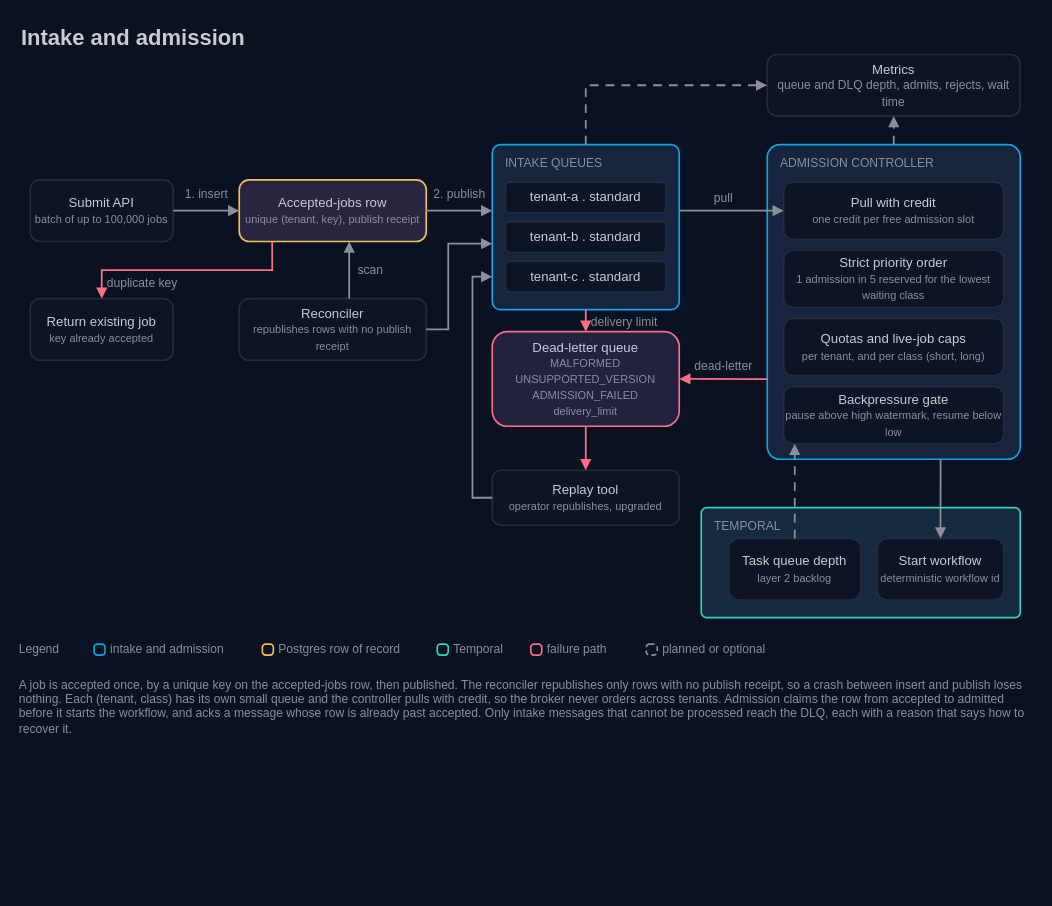
Earlier version of the draw.io diagram docs/architecture/10-intake-and-admission.drawio (AndoNorth/disyard). Source tidied: cells renumbered, new cells numbered last; positions are measured from the earlier drawing's top-left corner, leaving out a move shared by most shapes. Both pictures are drawn from the tidied source at 110%, with x=0, y=0 at pixel (19, 19).
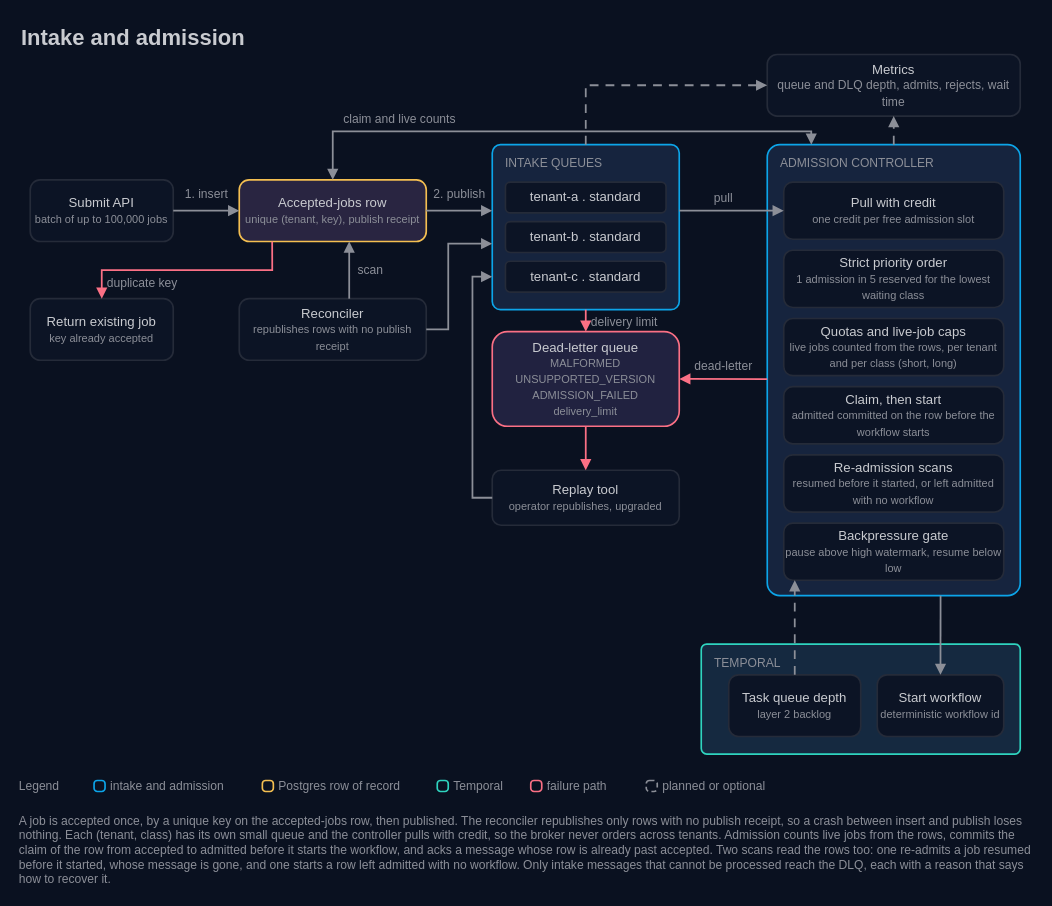
After the change.

Commit message (it also covers changes not shown here):
feat(admission): [#8] package skeleton, wheel test and diagram 10 (0.1)

The change refers to these unchanged cells:
```xml
<mxCell id="5" value="Accepted-jobs row&lt;br&gt;&lt;font color=&quot;#8c8f98&quot; style=&quot;font-size:10px&quot;&gt;unique (tenant, key), publish receipt&lt;/font&gt;" style="rounded=1;arcSize=16;html=1;whiteSpace=wrap;fillColor=#292541;strokeColor=#f4bf51;strokeWidth=1.5;fontColor=#c9cbd0;fontSize=12;fontFamily=IBM Plex Sans;" parent="1" vertex="1">
  <mxGeometry x="200" y="146" width="170" height="56" as="geometry" />
</mxCell>
<mxCell id="19" value="Dead-letter queue&lt;br&gt;&lt;font color=&quot;#8c8f98&quot; style=&quot;font-size:10px&quot;&gt;MALFORMED&lt;br&gt;UNSUPPORTED_VERSION&lt;br&gt;ADMISSION_FAILED&lt;br&gt;delivery_limit&lt;/font&gt;" style="rounded=1;arcSize=16;html=1;whiteSpace=wrap;fillColor=#212240;strokeColor=#fb7085;strokeWidth=1.5;fontColor=#c9cbd0;fontSize=12;fontFamily=IBM Plex Sans;" parent="1" vertex="1">
  <mxGeometry x="430" y="284" width="170" height="86" as="geometry" />
</mxCell>
```

The edit, as a diff of the source:
```diff
@@
     <mxCell id="13" style="rounded=1;arcSize=5;html=1;whiteSpace=wrap;fillColor=#16243e;strokeColor=#0ca5e9;strokeWidth=1.5;fontColor=#c9cbd0;fontSize=12;fontFamily=IBM Plex Sans;verticalAlign=top;align=left;" parent="1" vertex="1">
-      <mxGeometry x="680" y="114" width="230" height="286" as="geometry" />
+      <mxGeometry x="680" y="114" width="230" height="410" as="geometry" />
     </mxCell>
@@
-    <mxCell id="17" value="Quotas and live-job caps&lt;br&gt;&lt;font color=&quot;#8c8f98&quot; style=&quot;font-size:10px&quot;&gt;per tenant, and per class (short, long)&lt;/font&gt;" style="rounded=1;arcSize=16;html=1;whiteSpace=wrap;fillColor=#0c1425;strokeColor=#252b39;strokeWidth=1.5;fontColor=#c9cbd0;fontSize=12;fontFamily=IBM Plex Sans;" parent="1" vertex="1">
+    <mxCell id="17" value="Quotas and live-job caps&lt;br&gt;&lt;font color=&quot;#8c8f98&quot; style=&quot;font-size:10px&quot;&gt;live jobs counted from the rows, per tenant and per class (short, long)&lt;/font&gt;" style="rounded=1;arcSize=16;html=1;whiteSpace=wrap;fillColor=#0c1425;strokeColor=#252b39;strokeWidth=1.5;fontColor=#c9cbd0;fontSize=12;fontFamily=IBM Plex Sans;" parent="1" vertex="1">
       <mxGeometry x="695" y="272" width="200" height="52" as="geometry" />
     </mxCell>
     <mxCell id="18" value="Backpressure gate&lt;br&gt;&lt;font color=&quot;#8c8f98&quot; style=&quot;font-size:10px&quot;&gt;pause above high watermark, resume below low&lt;/font&gt;" style="rounded=1;arcSize=16;html=1;whiteSpace=wrap;fillColor=#0c1425;strokeColor=#252b39;strokeWidth=1.5;fontColor=#c9cbd0;fontSize=12;fontFamily=IBM Plex Sans;" parent="1" vertex="1">
-      <mxGeometry x="695" y="334" width="200" height="52" as="geometry" />
+      <mxGeometry x="695" y="458" width="200" height="52" as="geometry" />
     </mxCell>
+    <mxCell id="58" value="Claim, then start&lt;br&gt;&lt;font color=&quot;#8c8f98&quot; style=&quot;font-size:10px&quot;&gt;admitted committed on the row before the workflow starts&lt;/font&gt;" style="rounded=1;arcSize=16;html=1;whiteSpace=wrap;fillColor=#0c1425;strokeColor=#252b39;strokeWidth=1.5;fontColor=#c9cbd0;fontSize=12;fontFamily=IBM Plex Sans;" parent="1" vertex="1">
+      <mxGeometry x="695" y="334" width="200" height="52" as="geometry" />
+    </mxCell>
+    <mxCell id="59" value="Re-admission scans&lt;br&gt;&lt;font color=&quot;#8c8f98&quot; style=&quot;font-size:10px&quot;&gt;resumed before it started, or left admitted with no workflow&lt;/font&gt;" style="rounded=1;arcSize=16;html=1;whiteSpace=wrap;fillColor=#0c1425;strokeColor=#252b39;strokeWidth=1.5;fontColor=#c9cbd0;fontSize=12;fontFamily=IBM Plex Sans;" parent="1" vertex="1">
+      <mxGeometry x="695" y="396" width="200" height="52" as="geometry" />
+    </mxCell>
@@
     <mxCell id="21" style="rounded=1;arcSize=5;html=1;whiteSpace=wrap;fillColor=#152940;strokeColor=#2fd4bf;strokeWidth=1.5;fontColor=#c9cbd0;fontSize=12;fontFamily=IBM Plex Sans;verticalAlign=top;align=left;" parent="1" vertex="1">
-      <mxGeometry x="620" y="444" width="290" height="100" as="geometry" />
+      <mxGeometry x="620" y="568" width="290" height="100" as="geometry" />
     </mxCell>
     <mxCell id="22" value="TEMPORAL" style="text;html=1;strokeColor=none;fillColor=none;align=left;verticalAlign=middle;whiteSpace=nowrap;fontColor=#8c8f98;fontSize=11;fontFamily=IBM Plex Mono;spacing=0;" parent="1" vertex="1">
-      <mxGeometry x="632" y="452" width="266" height="18" as="geometry" />
+      <mxGeometry x="632" y="576" width="266" height="18" as="geometry" />
     </mxCell>
     <mxCell id="23" value="Task queue depth&lt;br&gt;&lt;font color=&quot;#8c8f98&quot; style=&quot;font-size:10px&quot;&gt;layer 2 backlog&lt;/font&gt;" style="rounded=1;arcSize=16;html=1;whiteSpace=wrap;fillColor=#0c1425;strokeColor=#252b39;strokeWidth=1.5;fontColor=#c9cbd0;fontSize=12;fontFamily=IBM Plex Sans;" parent="1" vertex="1">
-      <mxGeometry x="645" y="472" width="120" height="56" as="geometry" />
+      <mxGeometry x="645" y="596" width="120" height="56" as="geometry" />
     </mxCell>
     <mxCell id="24" value="Start workflow&lt;br&gt;&lt;font color=&quot;#8c8f98&quot; style=&quot;font-size:10px&quot;&gt;deterministic workflow id&lt;/font&gt;" style="rounded=1;arcSize=16;html=1;whiteSpace=wrap;fillColor=#0c1425;strokeColor=#252b39;strokeWidth=1.5;fontColor=#c9cbd0;fontSize=12;fontFamily=IBM Plex Sans;" parent="1" vertex="1">
-      <mxGeometry x="780" y="472" width="115" height="56" as="geometry" />
+      <mxGeometry x="780" y="596" width="115" height="56" as="geometry" />
     </mxCell>
@@
-    <mxCell id="32" style="endArrow=block;endFill=1;startArrow=none;startFill=1;html=1;rounded=0;strokeColor=#fb7085;strokeWidth=1.6;exitX=0;exitY=0.745;exitDx=0;exitDy=0;entryX=1;entryY=0.5;entryDx=0;entryDy=0;" parent="1" edge="1" source="13" target="19">
+    <mxCell id="32" style="endArrow=block;endFill=1;startArrow=none;startFill=1;html=1;rounded=0;strokeColor=#fb7085;strokeWidth=1.6;exitX=0;exitY=0.52;exitDx=0;exitDy=0;entryX=1;entryY=0.5;entryDx=0;entryDy=0;" parent="1" edge="1" source="13" target="19">
       <mxGeometry relative="1" as="geometry" />
     </mxCell>
@@
+    <mxCell id="60" style="endArrow=block;endFill=1;startArrow=block;startFill=1;html=1;rounded=0;strokeColor=#8c8f98;strokeWidth=1.6;exitX=0.174;exitY=0;exitDx=0;exitDy=0;entryX=0.5;entryY=0;entryDx=0;entryDy=0;" parent="1" edge="1" source="13" target="5">
+      <mxGeometry relative="1" as="geometry">
+        <Array as="points">
+          <mxPoint x="720" y="102" />
+          <mxPoint x="285" y="102" />
+        </Array>
+      </mxGeometry>
+    </mxCell>
+    <mxCell id="61" value="claim and live counts" style="text;html=1;strokeColor=none;fillColor=none;align=left;verticalAlign=middle;whiteSpace=nowrap;fontColor=#8c8f98;fontSize=11;fontFamily=IBM Plex Sans;spacing=0;" parent="1" vertex="1">
+      <mxGeometry x="295" y="82" width="130" height="18" as="geometry" />
+    </mxCell>
@@
     <mxCell id="46" value="Legend" style="text;html=1;strokeColor=none;fillColor=none;align=left;verticalAlign=middle;whiteSpace=nowrap;fontColor=#8c8f98;fontSize=11;fontFamily=IBM Plex Mono;spacing=0;" parent="1" vertex="1">
-      <mxGeometry y="564" width="60" height="18" as="geometry" />
+      <mxGeometry y="688" width="60" height="18" as="geometry" />
     </mxCell>
     <mxCell id="47" style="rounded=1;arcSize=30;html=1;fillColor=none;strokeColor=#0ca5e9;strokeWidth=1.5;" parent="1" vertex="1">
-      <mxGeometry x="68" y="568" width="10" height="10" as="geometry" />
+      <mxGeometry x="68" y="692" width="10" height="10" as="geometry" />
     </mxCell>
     <mxCell id="48" value="intake and admission" style="text;html=1;strokeColor=none;fillColor=none;align=left;verticalAlign=middle;whiteSpace=nowrap;fontColor=#8c8f98;fontSize=11;fontFamily=IBM Plex Sans;spacing=0;" parent="1" vertex="1">
-      <mxGeometry x="83" y="564" width="124" height="18" as="geometry" />
+      <mxGeometry x="83" y="688" width="124" height="18" as="geometry" />
     </mxCell>
     <mxCell id="49" style="rounded=1;arcSize=30;html=1;fillColor=none;strokeColor=#f4bf51;strokeWidth=1.5;" parent="1" vertex="1">
-      <mxGeometry x="221" y="568" width="10" height="10" as="geometry" />
+      <mxGeometry x="221" y="692" width="10" height="10" as="geometry" />
     </mxCell>
     <mxCell id="50" value="Postgres row of record" style="text;html=1;strokeColor=none;fillColor=none;align=left;verticalAlign=middle;whiteSpace=nowrap;fontColor=#8c8f98;fontSize=11;fontFamily=IBM Plex Sans;spacing=0;" parent="1" vertex="1">
-      <mxGeometry x="236" y="564" width="130" height="18" as="geometry" />
+      <mxGeometry x="236" y="688" width="130" height="18" as="geometry" />
     </mxCell>
     <mxCell id="51" style="rounded=1;arcSize=30;html=1;fillColor=none;strokeColor=#2fd4bf;strokeWidth=1.5;" parent="1" vertex="1">
-      <mxGeometry x="380" y="568" width="10" height="10" as="geometry" />
+      <mxGeometry x="380" y="692" width="10" height="10" as="geometry" />
     </mxCell>
     <mxCell id="52" value="Temporal" style="text;html=1;strokeColor=none;fillColor=none;align=left;verticalAlign=middle;whiteSpace=nowrap;fontColor=#8c8f98;fontSize=11;fontFamily=IBM Plex Sans;spacing=0;" parent="1" vertex="1">
-      <mxGeometry x="395" y="564" width="56" height="18" as="geometry" />
+      <mxGeometry x="395" y="688" width="56" height="18" as="geometry" />
     </mxCell>
     <mxCell id="53" style="rounded=1;arcSize=30;html=1;fillColor=none;strokeColor=#fb7085;strokeWidth=1.5;" parent="1" vertex="1">
-      <mxGeometry x="465" y="568" width="10" height="10" as="geometry" />
+      <mxGeometry x="465" y="692" width="10" height="10" as="geometry" />
     </mxCell>
     <mxCell id="54" value="failure path" style="text;html=1;strokeColor=none;fillColor=none;align=left;verticalAlign=middle;whiteSpace=nowrap;fontColor=#8c8f98;fontSize=11;fontFamily=IBM Plex Sans;spacing=0;" parent="1" vertex="1">
-      <mxGeometry x="480" y="564" width="76" height="18" as="geometry" />
+      <mxGeometry x="480" y="688" width="76" height="18" as="geometry" />
     </mxCell>
     <mxCell id="55" style="rounded=1;arcSize=30;html=1;fillColor=none;strokeColor=#8c8f98;strokeWidth=1.5;dashed=1;dashPattern=3 2;" parent="1" vertex="1">
-      <mxGeometry x="570" y="568" width="10" height="10" as="geometry" />
+      <mxGeometry x="570" y="692" width="10" height="10" as="geometry" />
     </mxCell>
     <mxCell id="56" value="planned or optional" style="text;html=1;strokeColor=none;fillColor=none;align=left;verticalAlign=middle;whiteSpace=nowrap;fontColor=#8c8f98;fontSize=11;fontFamily=IBM Plex Sans;spacing=0;" parent="1" vertex="1">
-      <mxGeometry x="585" y="564" width="116" height="18" as="geometry" />
+      <mxGeometry x="585" y="688" width="116" height="18" as="geometry" />
     </mxCell>
-    <mxCell id="57" value="A job is accepted once, by a unique key on the accepted-jobs row, then published. The reconciler republishes only rows with no publish receipt, so a crash between insert and publish loses nothing. Each (tenant, class) has its own small queue and the controller pulls with credit, so the broker never orders across tenants. Admission claims the row from accepted to admitted before it starts the workflow, and acks a message whose row is already past accepted. Only intake messages that cannot be processed reach the DLQ, each with a reason that says how to recover it." style="text;html=1;strokeColor=none;fillColor=none;align=left;verticalAlign=top;whiteSpace=wrap;fontColor=#8c8f98;fontSize=11;fontFamily=IBM Plex Sans;spacing=0;" parent="1" vertex="1">
-      <mxGeometry y="594" width="920" height="56" as="geometry" />
+    <mxCell id="57" value="A job is accepted once, by a unique key on the accepted-jobs row, then published. The reconciler republishes only rows with no publish receipt, so a crash between insert and publish loses nothing. Each (tenant, class) has its own small queue and the controller pulls with credit, so the broker never orders across tenants. Admission counts live jobs from the rows, commits the claim of the row from accepted to admitted before it starts the workflow, and acks a message whose row is already past accepted. Two scans read the rows too: one re-admits a job resumed before it started, whose message is gone, and one starts a row left admitted with no workflow. Only intake messages that cannot be processed reach the DLQ, each with a reason that says how to recover it." style="text;html=1;strokeColor=none;fillColor=none;align=left;verticalAlign=top;whiteSpace=wrap;fontColor=#8c8f98;fontSize=11;fontFamily=IBM Plex Sans;spacing=0;" parent="1" vertex="1">
+      <mxGeometry y="718" width="920" height="72" as="geometry" />
     </mxCell>
```
